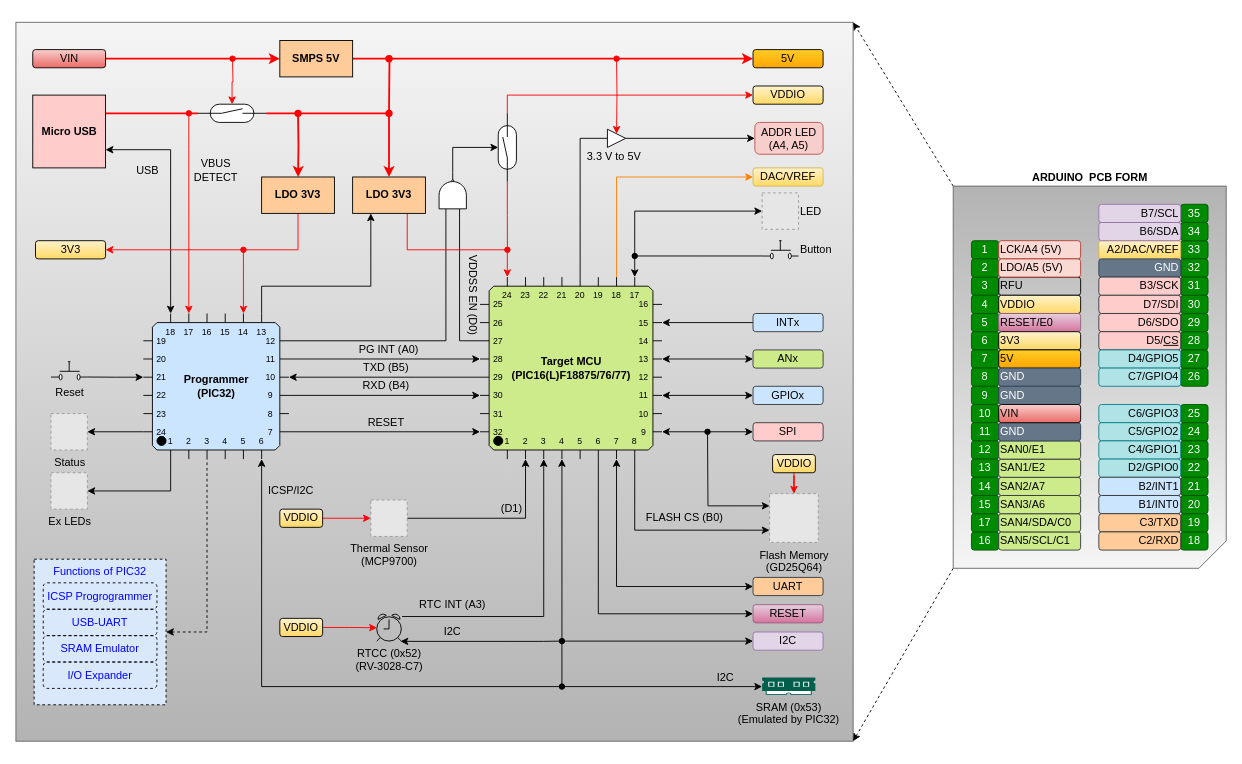
The draw.io diagram page "Diagram" (1 of 3) of Docs/Untitled Diagram.drawio in sampidevkit/PIC16FDevKit, before the edit. Source tidied: cells renumbered, new cells numbered last; positions are measured from the earlier drawing's top-left corner, leaving out a move shared by most shapes. Both pictures are drawn from the tidied source at 91%, with x=0, y=0 at pixel (15, 22). Pictures stored in the file or linked from it are replaced by grey dashed boxes.
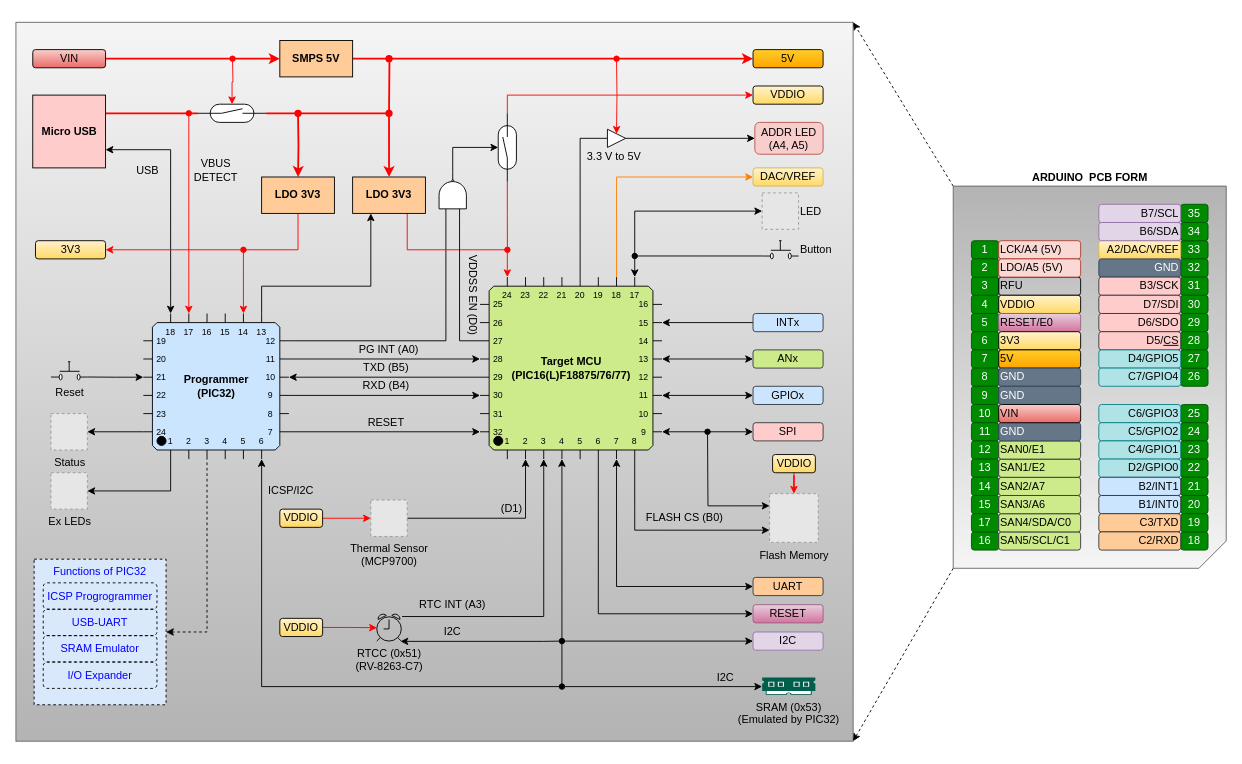
After the change.

What changed in the source:
```diff
@@
-    <mxCell id="68" value="RTCC (0x52)&lt;br&gt;(RV-3028-C7)" style="html=1;verticalLabelPosition=bottom;align=center;labelBackgroundColor=none;verticalAlign=top;strokeWidth=1;shadow=0;dashed=0;shape=mxgraph.ios7.icons.alarm_clock;fontColor=#000000;fillColor=none;" parent="1" vertex="1">
+    <mxCell id="68" value="RTCC (0x51)&lt;br&gt;(RV-8263-C7)" style="html=1;verticalLabelPosition=bottom;align=center;labelBackgroundColor=none;verticalAlign=top;strokeWidth=1;shadow=0;dashed=0;shape=mxgraph.ios7.icons.alarm_clock;fontColor=#000000;fillColor=none;" parent="1" vertex="1">
       <mxGeometry x="396.5" y="650" width="27" height="30" as="geometry" />
     </mxCell>
@@
-    <mxCell id="71" value="Flash Memory&lt;br&gt;(GD25Q64)" style="fillColor=#E6E6E6;strokeColor=#999999;dashed=1;html=1;verticalAlign=top;verticalLabelPosition=bottom;labelBackgroundColor=none;fontColor=#000000;align=center;" parent="1" vertex="1">
+    <mxCell id="71" value="Flash Memory" style="fillColor=#E6E6E6;strokeColor=#999999;dashed=1;html=1;verticalAlign=top;verticalLabelPosition=bottom;labelBackgroundColor=none;fontColor=#000000;align=center;" parent="1" vertex="1">
       <mxGeometry x="828.2" y="518" width="53.5" height="53.5" as="geometry" />
     </mxCell>
```
